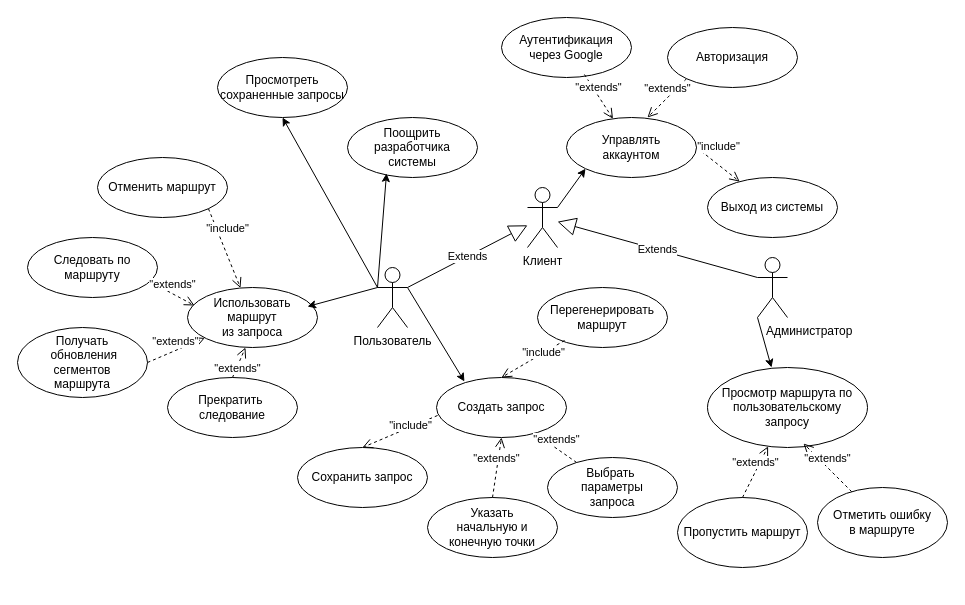
Earlier version of the draw.io diagram Web techs/precedents.drawio (Tigeroff2002/Labs_Maga). Source tidied: cells renumbered, new cells numbered last; positions are measured from the earlier drawing's top-left corner, leaving out a move shared by most shapes. Both pictures are drawn from the tidied source at 100%, with x=0, y=0 at pixel (17, 17).
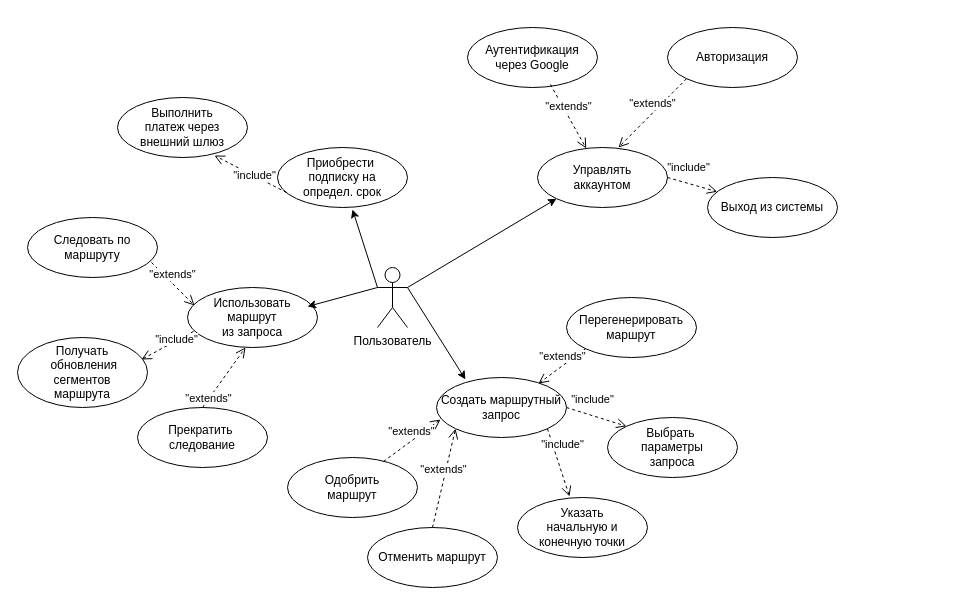
Above is the later version.

Unchanged cells that the change refers to:
```xml
<mxCell id="4" value="Пользователь" style="shape=umlActor;verticalLabelPosition=bottom;verticalAlign=top;html=1;outlineConnect=0;" parent="1" vertex="1">
  <mxGeometry x="360" y="250" width="30" height="60" as="geometry" />
</mxCell>
<mxCell id="16" value="Выход из системы" style="ellipse;whiteSpace=wrap;html=1;" parent="1" vertex="1">
  <mxGeometry x="690" y="160" width="130" height="60" as="geometry" />
</mxCell>
<mxCell id="19" value="Использовать&lt;div&gt;маршрут&lt;/div&gt;&lt;div&gt;из запроса&lt;/div&gt;" style="ellipse;whiteSpace=wrap;html=1;" parent="1" vertex="1">
  <mxGeometry x="170" y="270" width="130" height="60" as="geometry" />
</mxCell>
```

What changed in the source:
```diff
@@
-    <mxCell id="2" value="&amp;nbsp; &amp;nbsp; &amp;nbsp; &amp;nbsp; &amp;nbsp; &amp;nbsp; &amp;nbsp; &amp;nbsp; &amp;nbsp; &amp;nbsp; &amp;nbsp; Администратор" style="shape=umlActor;verticalLabelPosition=bottom;verticalAlign=top;html=1;outlineConnect=0;" parent="1" vertex="1">
-      <mxGeometry x="740" y="240" width="30" height="60" as="geometry" />
-    </mxCell>
-    <mxCell id="3" value="Клиент" style="shape=umlActor;verticalLabelPosition=bottom;verticalAlign=top;html=1;outlineConnect=0;" parent="1" vertex="1">
-      <mxGeometry x="510" y="170" width="30" height="60" as="geometry" />
-    </mxCell>
@@
-    <mxCell id="5" value="Просмотр маршрута по пользовательскому&lt;div&gt;запросу&lt;/div&gt;" style="ellipse;whiteSpace=wrap;html=1;" parent="1" vertex="1">
-      <mxGeometry x="690" y="350" width="160" height="80" as="geometry" />
-    </mxCell>
-    <mxCell id="6" value="Пропустить маршрут" style="ellipse;whiteSpace=wrap;html=1;" parent="1" vertex="1">
-      <mxGeometry x="660" y="480" width="130" height="70" as="geometry" />
-    </mxCell>
-    <mxCell id="7" value="Отметить ошибку&lt;div&gt;в маршруте&lt;/div&gt;" style="ellipse;whiteSpace=wrap;html=1;" parent="1" vertex="1">
-      <mxGeometry x="800" y="470" width="130" height="70" as="geometry" />
-    </mxCell>
-    <mxCell id="8" value="Extends" style="endArrow=block;endSize=16;endFill=0;html=1;rounded=0;exitX=1;exitY=0.3333333333333333;exitDx=0;exitDy=0;exitPerimeter=0;" parent="1" edge="1" source="4" target="3">
-      <mxGeometry relative="1" as="geometry" />
-    </mxCell>
-    <mxCell id="9" value="Extends" style="endArrow=block;endSize=16;endFill=0;html=1;rounded=0;exitX=0;exitY=0.3333333333333333;exitDx=0;exitDy=0;exitPerimeter=0;" parent="1" edge="1" source="2" target="3">
-      <mxGeometry relative="1" as="geometry" />
-    </mxCell>
-    <mxCell id="10" value="Создать запрос" style="ellipse;whiteSpace=wrap;html=1;" parent="1" vertex="1">
+    <mxCell id="10" value="Создать маршрутный запрос" style="ellipse;whiteSpace=wrap;html=1;" parent="1" vertex="1">
       <mxGeometry x="419" y="360" width="130" height="60" as="geometry" />
     </mxCell>
-    <mxCell id="11" value="Сохранить запрос" style="ellipse;whiteSpace=wrap;html=1;" parent="1" vertex="1">
-      <mxGeometry x="280" y="430" width="130" height="60" as="geometry" />
+    <mxCell id="11" value="Одобрить&lt;div&gt;маршрут&lt;/div&gt;" style="ellipse;whiteSpace=wrap;html=1;" parent="1" vertex="1">
+      <mxGeometry x="270" y="440" width="130" height="60" as="geometry" />
     </mxCell>
     <mxCell id="12" value="Указать&lt;div&gt;начальную и&lt;/div&gt;&lt;div&gt;конечную точки&lt;/div&gt;" style="ellipse;whiteSpace=wrap;html=1;" parent="1" vertex="1">
-      <mxGeometry x="410" y="480" width="130" height="60" as="geometry" />
+      <mxGeometry x="500" y="480" width="130" height="60" as="geometry" />
     </mxCell>
     <mxCell id="13" value="Выбрать&amp;nbsp;&lt;div&gt;&lt;span style=&quot;background-color: transparent; color: light-dark(rgb(0, 0, 0), rgb(255, 255, 255));&quot;&gt;параметры&lt;/span&gt;&lt;/div&gt;&lt;div&gt;&lt;span style=&quot;background-color: transparent; color: light-dark(rgb(0, 0, 0), rgb(255, 255, 255));&quot;&gt;запроса&lt;/span&gt;&lt;/div&gt;" style="ellipse;whiteSpace=wrap;html=1;" parent="1" vertex="1">
-      <mxGeometry x="530" y="440" width="130" height="60" as="geometry" />
+      <mxGeometry x="590" y="400" width="130" height="60" as="geometry" />
     </mxCell>
     <mxCell id="14" value="Перегенерировать&lt;div&gt;маршрут&lt;/div&gt;" style="ellipse;whiteSpace=wrap;html=1;" parent="1" vertex="1">
-      <mxGeometry x="520" y="270" width="130" height="60" as="geometry" />
+      <mxGeometry x="549" y="280" width="130" height="60" as="geometry" />
     </mxCell>
     <mxCell id="15" value="Управлять&lt;div&gt;аккаунтом&lt;/div&gt;" style="ellipse;whiteSpace=wrap;html=1;" parent="1" vertex="1">
-      <mxGeometry x="549" y="100" width="130" height="60" as="geometry" />
+      <mxGeometry x="520" y="130" width="130" height="60" as="geometry" />
     </mxCell>
@@
     <mxCell id="18" value="Аутентификация&lt;div&gt;через Google&lt;/div&gt;" style="ellipse;whiteSpace=wrap;html=1;" parent="1" vertex="1">
-      <mxGeometry x="484" width="130" height="60" as="geometry" />
+      <mxGeometry x="450" y="10" width="130" height="60" as="geometry" />
     </mxCell>
@@
     <mxCell id="20" value="Получать&lt;div&gt;&amp;nbsp;обновления&lt;div&gt;сегментов&lt;/div&gt;&lt;/div&gt;&lt;div&gt;маршрута&lt;/div&gt;" style="ellipse;whiteSpace=wrap;html=1;" parent="1" vertex="1">
-      <mxGeometry y="310" width="130" height="70" as="geometry" />
+      <mxGeometry y="320" width="130" height="70" as="geometry" />
     </mxCell>
     <mxCell id="21" value="Прекратить&amp;nbsp;&lt;div&gt;следование&lt;/div&gt;" style="ellipse;whiteSpace=wrap;html=1;" parent="1" vertex="1">
-      <mxGeometry x="150" y="360" width="130" height="60" as="geometry" />
+      <mxGeometry x="120" y="390" width="130" height="60" as="geometry" />
     </mxCell>
     <mxCell id="22" value="Следовать по маршруту" style="ellipse;whiteSpace=wrap;html=1;" parent="1" vertex="1">
-      <mxGeometry x="10" y="220" width="130" height="60" as="geometry" />
+      <mxGeometry x="10" y="200" width="130" height="60" as="geometry" />
     </mxCell>
-    <mxCell id="23" value="Отменить маршрут" style="ellipse;whiteSpace=wrap;html=1;" parent="1" vertex="1">
-      <mxGeometry x="80" y="140" width="130" height="60" as="geometry" />
-    </mxCell>
-    <mxCell id="24" value="Просмотреть&lt;div&gt;сохраненные запросы&lt;/div&gt;" style="ellipse;whiteSpace=wrap;html=1;" parent="1" vertex="1">
-      <mxGeometry x="200" y="40" width="130" height="60" as="geometry" />
-    </mxCell>
-    <mxCell id="25" value="Поощрить&lt;div&gt;разработчика&lt;/div&gt;&lt;div&gt;системы&lt;/div&gt;" style="ellipse;whiteSpace=wrap;html=1;" parent="1" vertex="1">
-      <mxGeometry x="330" y="100" width="130" height="60" as="geometry" />
+    <mxCell id="25" value="Приобрести&amp;nbsp;&lt;div&gt;подписку на&lt;/div&gt;&lt;div&gt;определ. срок&lt;/div&gt;" style="ellipse;whiteSpace=wrap;html=1;" parent="1" vertex="1">
+      <mxGeometry x="260" y="130" width="130" height="60" as="geometry" />
     </mxCell>
@@
-    <mxCell id="27" style="endArrow=classic;html=1;rounded=0;exitX=0;exitY=0.3333333333333333;exitDx=0;exitDy=0;exitPerimeter=0;entryX=0.5;entryY=1;entryDx=0;entryDy=0;" parent="1" edge="1" source="4" target="24">
-      <mxGeometry relative="1" as="geometry" />
-    </mxCell>
-    <mxCell id="28" style="endArrow=classic;html=1;rounded=0;entryX=0.3;entryY=0.933;entryDx=0;entryDy=0;entryPerimeter=0;exitX=0;exitY=0.3333333333333333;exitDx=0;exitDy=0;exitPerimeter=0;" parent="1" edge="1" source="4" target="25">
+    <mxCell id="28" style="endArrow=classic;html=1;rounded=0;entryX=0.577;entryY=1.033;entryDx=0;entryDy=0;entryPerimeter=0;exitX=0;exitY=0.3333333333333333;exitDx=0;exitDy=0;exitPerimeter=0;" parent="1" edge="1" source="4" target="25">
       <mxGeometry relative="1" as="geometry" />
     </mxCell>
-    <mxCell id="29" style="endArrow=classic;html=1;rounded=0;exitX=1;exitY=0.3333333333333333;exitDx=0;exitDy=0;exitPerimeter=0;entryX=0.215;entryY=0.067;entryDx=0;entryDy=0;entryPerimeter=0;" parent="1" edge="1" source="4" target="10">
-      <mxGeometry relative="1" as="geometry" />
-    </mxCell>
-    <mxCell id="30" style="endArrow=classic;html=1;rounded=0;entryX=0;entryY=1;entryDx=0;entryDy=0;exitX=1;exitY=0.3333333333333333;exitDx=0;exitDy=0;exitPerimeter=0;" parent="1" edge="1" source="3" target="15">
+    <mxCell id="30" style="endArrow=classic;html=1;rounded=0;entryX=0;entryY=1;entryDx=0;entryDy=0;exitX=1;exitY=0.3333333333333333;exitDx=0;exitDy=0;exitPerimeter=0;" parent="1" edge="1" source="4" target="15">
       <mxGeometry relative="1" as="geometry" />
     </mxCell>
-    <mxCell id="31" style="endArrow=classic;html=1;rounded=0;exitX=0;exitY=1;exitDx=0;exitDy=0;exitPerimeter=0;entryX=0.4;entryY=0;entryDx=0;entryDy=0;entryPerimeter=0;" parent="1" edge="1" source="2" target="5">
-      <mxGeometry relative="1" as="geometry" />
-    </mxCell>
-    <mxCell id="32" value="&quot;extends&quot;" style="html=1;verticalAlign=bottom;endArrow=open;dashed=1;endSize=8;curved=0;rounded=0;exitX=0.5;exitY=0;exitDx=0;exitDy=0;" parent="1" edge="1" source="6" target="5">
-      <mxGeometry relative="1" as="geometry" />
-    </mxCell>
-    <mxCell id="33" value="&quot;extends&quot;" style="html=1;verticalAlign=bottom;endArrow=open;dashed=1;endSize=8;curved=0;rounded=0;entryX=0.6;entryY=0.95;entryDx=0;entryDy=0;entryPerimeter=0;" parent="1" edge="1" source="7" target="5">
-      <mxGeometry relative="1" as="geometry" />
-    </mxCell>
@@
-    <mxCell id="36" value="&quot;extends&quot;" style="html=1;verticalAlign=bottom;endArrow=open;dashed=1;endSize=8;curved=0;rounded=0;exitX=0.5;exitY=0;exitDx=0;exitDy=0;entryX=0.5;entryY=1;entryDx=0;entryDy=0;" parent="1" edge="1" source="12" target="10">
-      <mxGeometry x="-0.01" relative="1" as="geometry" />
-    </mxCell>
-    <mxCell id="37" value="&quot;extends&quot;" style="html=1;verticalAlign=bottom;endArrow=open;dashed=1;endSize=8;curved=0;rounded=0;entryX=0.769;entryY=0.95;entryDx=0;entryDy=0;entryPerimeter=0;" parent="1" edge="1" source="13" target="10">
-      <mxGeometry x="-0.01" relative="1" as="geometry" />
-    </mxCell>
@@
-    <mxCell id="40" value="&quot;extends&quot;" style="html=1;verticalAlign=bottom;endArrow=open;dashed=1;endSize=8;curved=0;rounded=0;exitX=1;exitY=0.5;exitDx=0;exitDy=0;" parent="1" edge="1" source="20" target="19">
-      <mxGeometry x="-0.01" relative="1" as="geometry" />
-    </mxCell>
-    <mxCell id="41" value="&quot;include&quot;" style="html=1;verticalAlign=bottom;endArrow=open;dashed=1;endSize=8;curved=0;rounded=0;exitX=1;exitY=1;exitDx=0;exitDy=0;" parent="1" edge="1" source="23" target="19">
-      <mxGeometry x="-0.21" y="7" relative="1" as="geometry" />
-    </mxCell>
-    <mxCell id="42" value="&quot;include&quot;" style="html=1;verticalAlign=bottom;endArrow=open;dashed=1;endSize=8;curved=0;rounded=0;exitX=0.008;exitY=0.633;exitDx=0;exitDy=0;exitPerimeter=0;entryX=0.5;entryY=0;entryDx=0;entryDy=0;" parent="1" edge="1" source="10" target="11">
-      <mxGeometry x="-0.21" y="7" relative="1" as="geometry" />
-    </mxCell>
+    <mxCell id="44" value="&quot;include&quot;" style="html=1;verticalAlign=bottom;endArrow=open;dashed=1;endSize=8;curved=0;rounded=0;exitX=1;exitY=0.5;exitDx=0;exitDy=0;" parent="1" edge="1" source="15" target="16">
+      <mxGeometry x="-0.21" y="7" relative="1" as="geometry" />
+    </mxCell>
+    <mxCell id="29" style="endArrow=classic;html=1;rounded=0;exitX=1;exitY=0.3333333333333333;exitDx=0;exitDy=0;exitPerimeter=0;entryX=0.223;entryY=0.033;entryDx=0;entryDy=0;entryPerimeter=0;" parent="1" edge="1" source="4" target="10">
+      <mxGeometry relative="1" as="geometry" />
+    </mxCell>
+    <mxCell id="45" value="&quot;include&quot;" style="html=1;verticalAlign=bottom;endArrow=open;dashed=1;endSize=8;curved=0;rounded=0;exitX=1;exitY=1;exitDx=0;exitDy=0;entryX=0.4;entryY=-0.017;entryDx=0;entryDy=0;entryPerimeter=0;" parent="1" edge="1" source="10" target="12">
+      <mxGeometry x="-0.21" y="7" relative="1" as="geometry" />
+    </mxCell>
+    <mxCell id="46" value="&quot;include&quot;" style="html=1;verticalAlign=bottom;endArrow=open;dashed=1;endSize=8;curved=0;rounded=0;exitX=1;exitY=0.5;exitDx=0;exitDy=0;entryX=0;entryY=0;entryDx=0;entryDy=0;" parent="1" edge="1" source="10" target="13">
+      <mxGeometry x="-0.21" y="7" relative="1" as="geometry" />
+    </mxCell>
-    <mxCell id="43" value="&quot;include&quot;" style="html=1;verticalAlign=bottom;endArrow=open;dashed=1;endSize=8;curved=0;rounded=0;exitX=0.208;exitY=0.883;exitDx=0;exitDy=0;entryX=0.5;entryY=0;entryDx=0;entryDy=0;exitPerimeter=0;" parent="1" edge="1" source="14" target="10">
-      <mxGeometry x="-0.2" y="7" relative="1" as="geometry" />
+    <mxCell id="43" value="&quot;extends&quot;" style="html=1;verticalAlign=bottom;endArrow=open;dashed=1;endSize=8;curved=0;rounded=0;exitX=0;exitY=1;exitDx=0;exitDy=0;entryX=0.785;entryY=0.1;entryDx=0;entryDy=0;entryPerimeter=0;" parent="1" edge="1" source="14" target="10">
+      <mxGeometry x="-0.01" relative="1" as="geometry" />
     </mxCell>
-    <mxCell id="44" value="&quot;include&quot;" style="html=1;verticalAlign=bottom;endArrow=open;dashed=1;endSize=8;curved=0;rounded=0;exitX=1;exitY=0.5;exitDx=0;exitDy=0;" parent="1" edge="1" source="15" target="16">
-      <mxGeometry x="-0.21" y="7" relative="1" as="geometry" />
-    </mxCell>
+    <mxCell id="47" value="&quot;extends&quot;" style="html=1;verticalAlign=bottom;endArrow=open;dashed=1;endSize=8;curved=0;rounded=0;exitX=0.738;exitY=0.067;exitDx=0;exitDy=0;entryX=0.031;entryY=0.7;entryDx=0;entryDy=0;entryPerimeter=0;exitPerimeter=0;" parent="1" edge="1" source="11" target="10">
+      <mxGeometry x="-0.01" relative="1" as="geometry" />
+    </mxCell>
+    <mxCell id="23" value="Отменить маршрут" style="ellipse;whiteSpace=wrap;html=1;" parent="1" vertex="1">
+      <mxGeometry x="350" y="510" width="130" height="60" as="geometry" />
+    </mxCell>
+    <mxCell id="48" value="&quot;extends&quot;" style="html=1;verticalAlign=bottom;endArrow=open;dashed=1;endSize=8;curved=0;rounded=0;exitX=0.5;exitY=0;exitDx=0;exitDy=0;entryX=0;entryY=1;entryDx=0;entryDy=0;" parent="1" edge="1" source="23" target="10">
+      <mxGeometry x="-0.01" relative="1" as="geometry" />
+    </mxCell>
+    <mxCell id="49" value="&quot;include&quot;" style="html=1;verticalAlign=bottom;endArrow=open;dashed=1;endSize=8;curved=0;rounded=0;exitX=0.046;exitY=0.733;exitDx=0;exitDy=0;entryX=0.954;entryY=0.314;entryDx=0;entryDy=0;exitPerimeter=0;entryPerimeter=0;" parent="1" edge="1" source="19" target="20">
+      <mxGeometry x="-0.21" y="7" relative="1" as="geometry" />
+    </mxCell>
+    <mxCell id="50" value="Выполнить&lt;div&gt;платеж через&lt;/div&gt;&lt;div&gt;внешний шлюз&lt;/div&gt;" style="ellipse;whiteSpace=wrap;html=1;" parent="1" vertex="1">
+      <mxGeometry x="100" y="80" width="130" height="60" as="geometry" />
+    </mxCell>
+    <mxCell id="51" value="&quot;include&quot;" style="html=1;verticalAlign=bottom;endArrow=open;dashed=1;endSize=8;curved=0;rounded=0;entryX=0.746;entryY=0.967;entryDx=0;entryDy=0;entryPerimeter=0;exitX=0.069;exitY=0.75;exitDx=0;exitDy=0;exitPerimeter=0;" parent="1" edge="1" source="25" target="50">
+      <mxGeometry x="-0.21" y="7" relative="1" as="geometry" />
+    </mxCell>
```
